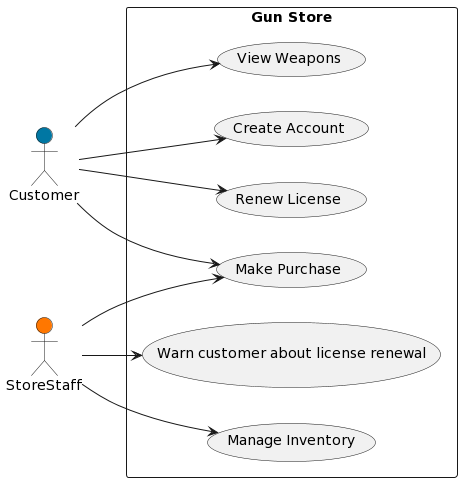
Before: Diagrama/GunStoreUML_UseCasesdiagram.png, a diagram exported from PlantUML (Campones76/GunStoreBDD).
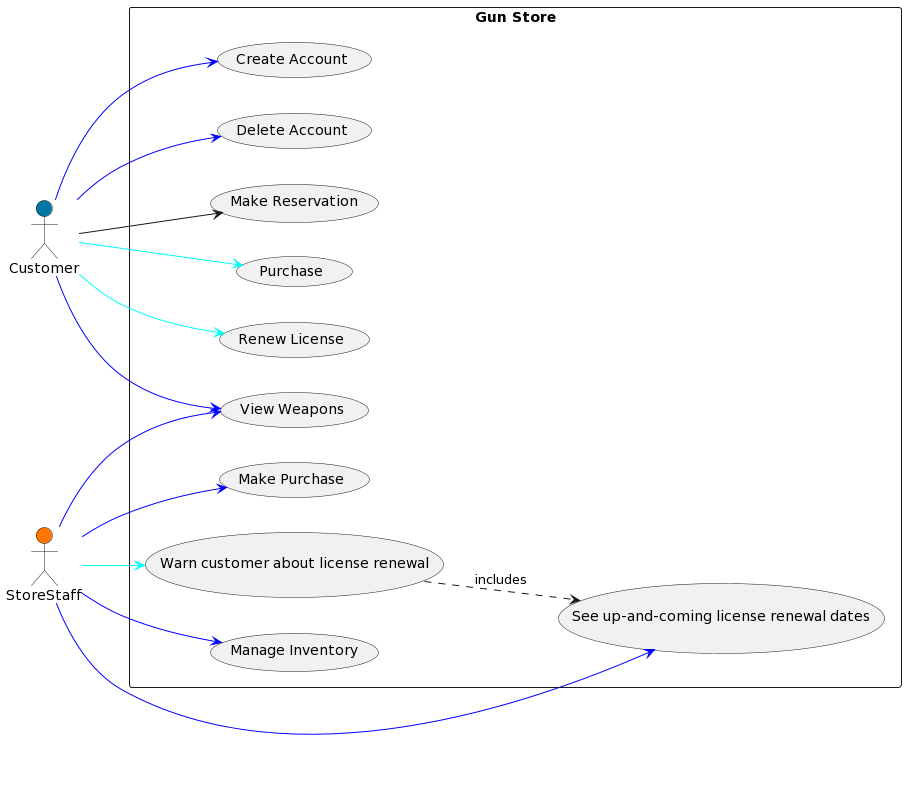
Later version of the same file.

The edit, as a diff of the source:
```diff
@@ -12,18 +12,29 @@
 rectangle "Gun Store" {
   usecase "View Weapons" as UC1
   usecase "Create Account" as UC2
-  usecase "Make Purchase" as UC3
-  usecase "Renew License" as UC4
-  usecase "Warn customer about license renewal" as UC5
-  usecase "Manage Inventory" as UC6
+  usecase "Delete Account" as UC3
+  usecase "Make Reservation" as UC4
+  usecase "Purchase" as UC5
+  usecase "Make Purchase" as UC6
+  usecase "Renew License" as UC7
+  usecase "See up-and-coming license renewal dates" as UC8
+  usecase "Warn customer about license renewal" as UC10
+  usecase "Manage Inventory" as UC9
 
-  c --> UC1
-  c --> UC2
-  c --> UC3
+
+  c -[#blue]-> UC1
+  c -[#blue]-> UC2
+  c -[#blue]-> UC3
   c --> UC4
+  c -[#00fff7]-> UC5
+  c -[#00fff7]-> UC7
 
-  s --> UC3
-  s --> UC5
-  s --> UC6
+  s -[#blue]-> UC1
+  s -[#blue]-> UC6
+  s -[#blue]-> UC8
+  s -[#blue]-> UC9
+  s -[#00fff7]-> UC10
+
+  UC10 ..> UC8 : includes
 }
 @enduml
```
